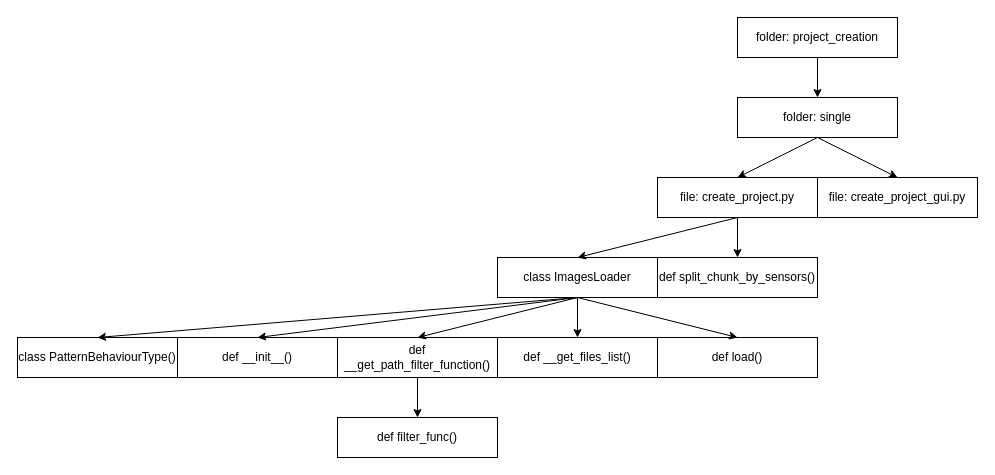
Above: CreateProjectFromDir.drawio in go-enov/diagrams (draw.io), before the change. Source tidied: cells renumbered, new cells numbered last; positions are measured from the earlier drawing's top-left corner, leaving out a move shared by most shapes. Both pictures are drawn from the tidied source at 100%, with x=0, y=0 at pixel (17, 17).
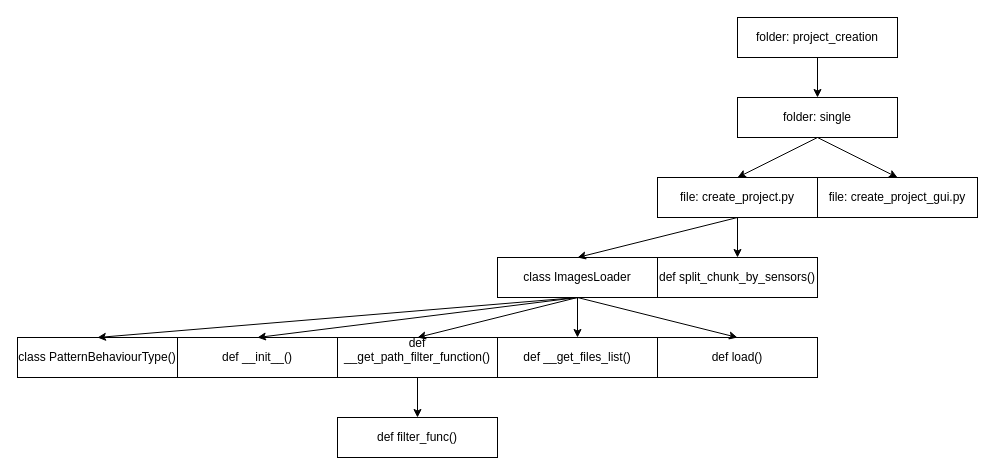
Above is the later version.

Commit message:
def __get_path_filter_function tree.drawio

The edit, as a diff of the source:
```diff
@@
-    <mxCell id="16" value="def __get_path_filter_function()" style="rounded=0;whiteSpace=wrap;html=1;" parent="1" vertex="1">
+    <mxCell id="16" value="&#10;def __get_path_filter_function()&#10;&#10;" style="rounded=0;whiteSpace=wrap;html=1;" parent="1" vertex="1">
       <mxGeometry x="320" y="320" width="160" height="40" as="geometry" />
     </mxCell>
```
